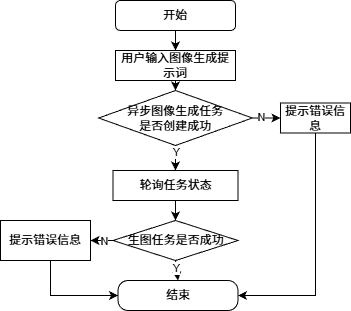
The draw.io diagram figures/drawio/AI生图流程图.drawio.png in agiantii/appt-thesis, before a commit. Source tidied: cells renumbered, new cells last; positions are measured from the earlier drawing's top-left corner, leaving out a move shared by most shapes.
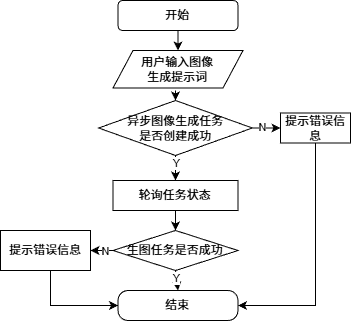
Later version of the same file.

Commit message:
figures: 修改流程图输入为平行四边形

What changed in the source:
```diff
@@ -2,18 +2,17 @@
   <root>
     <mxCell id="0" />
     <mxCell id="1" parent="0" />
-    <mxCell id="2" style="edgeStyle=orthogonalEdgeStyle;rounded=0;jettySize=auto;html=1;" parent="1" edge="1" source="3" target="5">
-      <mxGeometry relative="1" as="geometry" />
-    </mxCell>
+    <mxCell id="23" style="edgeStyle=none;html=1;" parent="1" edge="1" source="3" target="24">
+      <mxGeometry relative="1" as="geometry" />
+    </mxCell>
     <mxCell id="3" value="开始" style="rounded=1;whiteSpace=wrap;html=1;" parent="1" vertex="1">
-      <mxGeometry x="115" width="120" height="30" as="geometry" />
+      <mxGeometry x="117.5" y="-10" width="120" height="30" as="geometry" />
     </mxCell>
-    <mxCell id="4" style="edgeStyle=none;html=1;" parent="1" edge="1" source="5" target="14">
-      <mxGeometry relative="1" as="geometry" />
+    <mxCell id="4" style="edgeStyle=none;html=1;" parent="1" edge="1" target="14">
+      <mxGeometry relative="1" as="geometry">
+        <mxPoint x="175" y="80" as="sourcePoint" />
+      </mxGeometry>
     </mxCell>
-    <mxCell id="5" value="用户输入图像生成提示词" style="rounded=1;whiteSpace=wrap;html=1;arcSize=0;" parent="1" vertex="1">
-      <mxGeometry x="115" y="50" width="120" height="30" as="geometry" />
-    </mxCell>
     <mxCell id="6" style="edgeStyle=none;html=1;" parent="1" edge="1" source="7" target="20">
       <mxGeometry relative="1" as="geometry" />
     </mxCell>
@@ -74,5 +73,8 @@
         </Array>
       </mxGeometry>
     </mxCell>
+    <mxCell id="24" value="&lt;span style=&quot;color: rgb(0, 0, 0);&quot;&gt;用户输入图像&lt;/span&gt;&lt;div&gt;&lt;span style=&quot;color: rgb(0, 0, 0);&quot;&gt;生成提示词&lt;/span&gt;&lt;/div&gt;" style="shape=parallelogram;perimeter=parallelogramPerimeter;whiteSpace=wrap;html=1;fixedSize=1;" parent="1" vertex="1">
+      <mxGeometry x="112.5" y="40" width="130" height="37.5" as="geometry" />
+    </mxCell>
   </root>
 </mxGraphModel>
```
